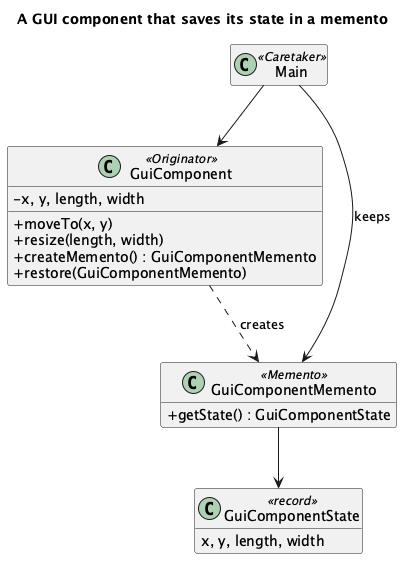
This is src/main/java/dev/kaldiroglu/dp/behavioral/memento/gui/uml/Memento - GUI - Class Diagram.png from kaldiroglu/DesignPatternsWithJava, a PlantUML export, as it was before one commit.
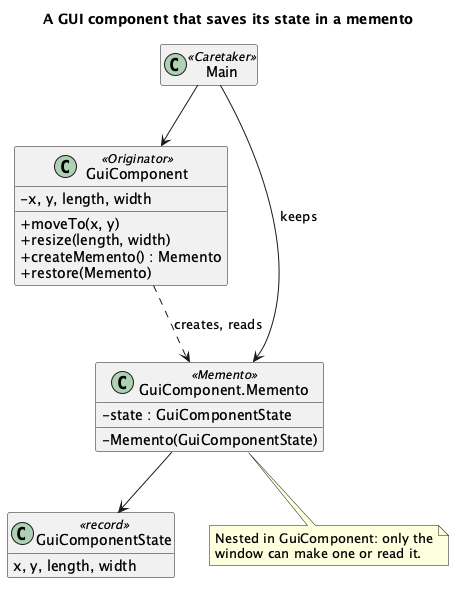
The same file after the commit.

Commit message:
Memento gui: the memento follows GoF's narrow interface

What changed in the source:
```diff
@@ -6,18 +6,23 @@
   - x, y, length, width
   + moveTo(x, y)
   + resize(length, width)
-  + createMemento() : GuiComponentMemento
-  + restore(GuiComponentMemento)
+  + createMemento() : Memento
+  + restore(Memento)
 }
-class GuiComponentMemento <<Memento>> {
-  + getState() : GuiComponentState
+class "GuiComponent.Memento" as Memento <<Memento>> {
+  - state : GuiComponentState
+  - Memento(GuiComponentState)
 }
 class GuiComponentState <<record>> {
   x, y, length, width
 }
 class Main <<Caretaker>>
-Main --> GuiComponentMemento : keeps
+Main --> Memento : keeps
 Main --> GuiComponent
-GuiComponent ..> GuiComponentMemento : creates
-GuiComponentMemento --> GuiComponentState
+GuiComponent ..> Memento : creates, reads
+Memento --> GuiComponentState
+note bottom of Memento
+  Nested in GuiComponent: only the
+  window can make one or read it.
+end note
 @enduml
```
